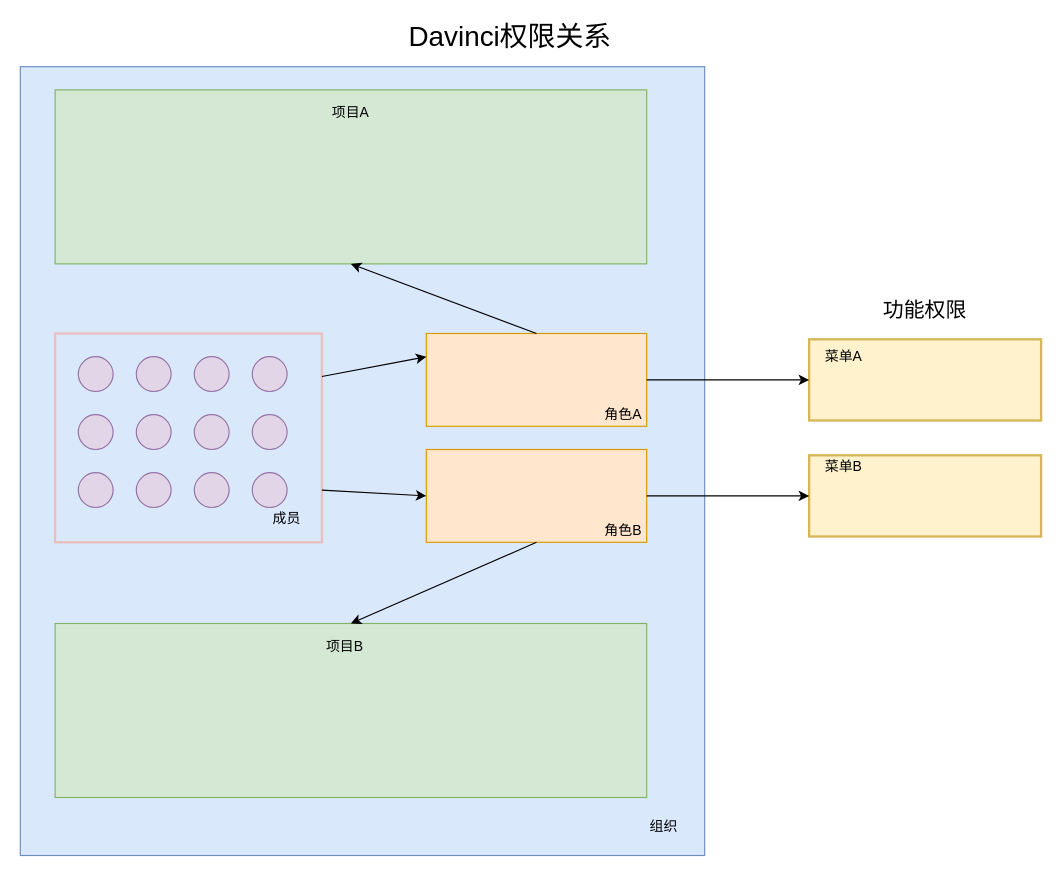
Before: page "Davinci权限关系" (4 of 5) of pet_data_warehouse/权限设计.drawio in fangzheng0518/draw, a draw.io diagram. Source tidied: cells renumbered, new cells numbered last; positions are measured from the earlier drawing's top-left corner, leaving out a move shared by most shapes. Both pictures are drawn from the tidied source at 116%, with x=0, y=0 at pixel (20, 20).
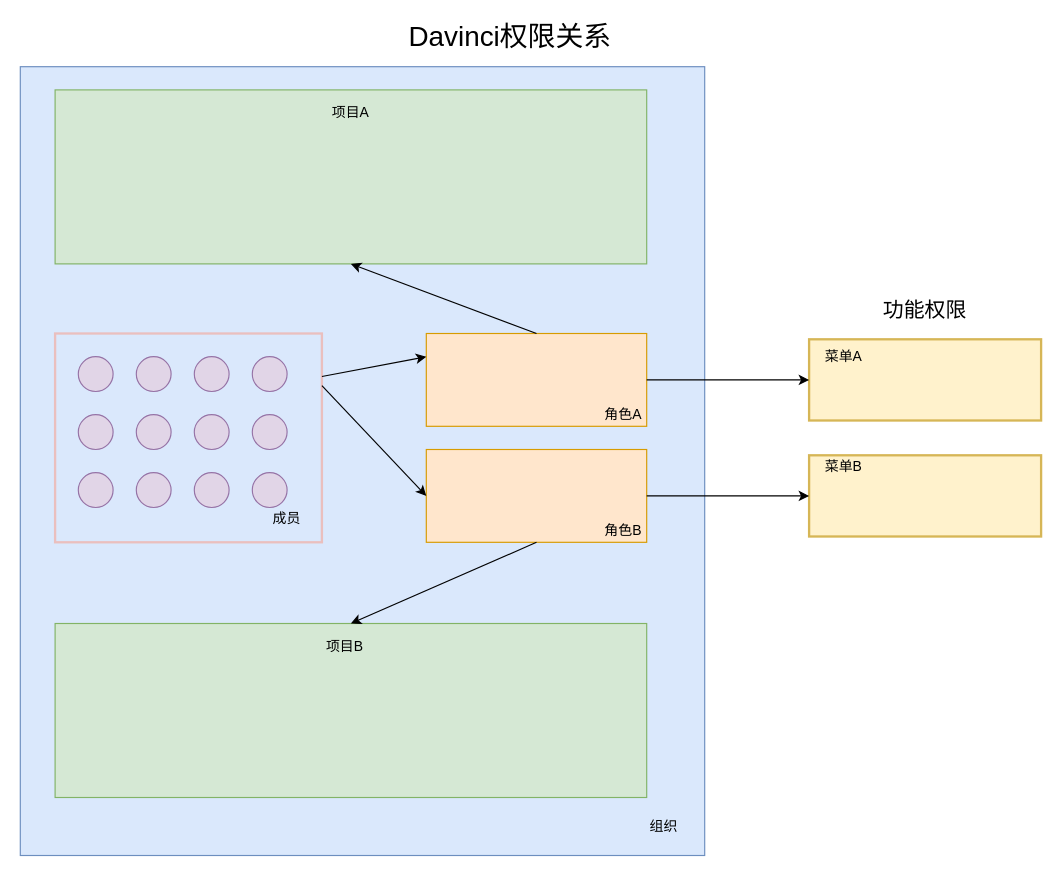
The same page after the edit.

Commit message:
更新权限设计.drawio

Unchanged cells that the change refers to:
```xml
<mxCell id="10" style="rounded=0;whiteSpace=wrap;html=1;fillColor=none;strokeWidth=2;strokeColor=#EABFBE;" parent="1" vertex="1">
  <mxGeometry x="30" y="270" width="230" height="180" as="geometry" />
</mxCell>
<mxCell id="25" style="rounded=0;whiteSpace=wrap;html=1;fillColor=#ffe6cc;strokeColor=#d79b00;" parent="1" vertex="1">
  <mxGeometry x="350" y="370" width="190" height="80" as="geometry" />
</mxCell>
```

The edit, as a diff of the source:
```diff
@@
-    <mxCell id="27" style="endArrow=classic;html=1;exitX=1;exitY=0.75;exitDx=0;exitDy=0;entryX=0;entryY=0.5;entryDx=0;entryDy=0;" parent="1" edge="1" source="10" target="25">
-      <mxGeometry relative="1" as="geometry" />
-    </mxCell>
@@
+    <mxCell id="38" style="endArrow=classic;html=1;exitX=1;exitY=0.25;exitDx=0;exitDy=0;" parent="1" edge="1" source="10">
+      <mxGeometry relative="1" as="geometry">
+        <mxPoint x="350" y="410" as="targetPoint" />
+      </mxGeometry>
+    </mxCell>
```
